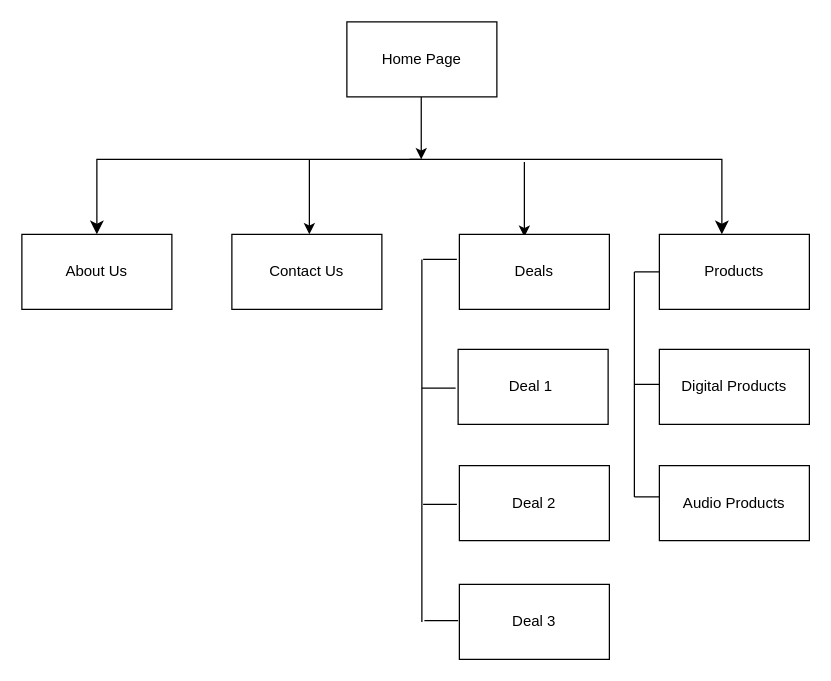
Above: sitemap01.drawio in ElingO/test (draw.io), before the change. Source tidied: cells renumbered, new cells numbered last; positions are measured from the earlier drawing's top-left corner, leaving out a move shared by most shapes. Both pictures are drawn from the tidied source at 125%, with x=0, y=0 at pixel (21, 21).
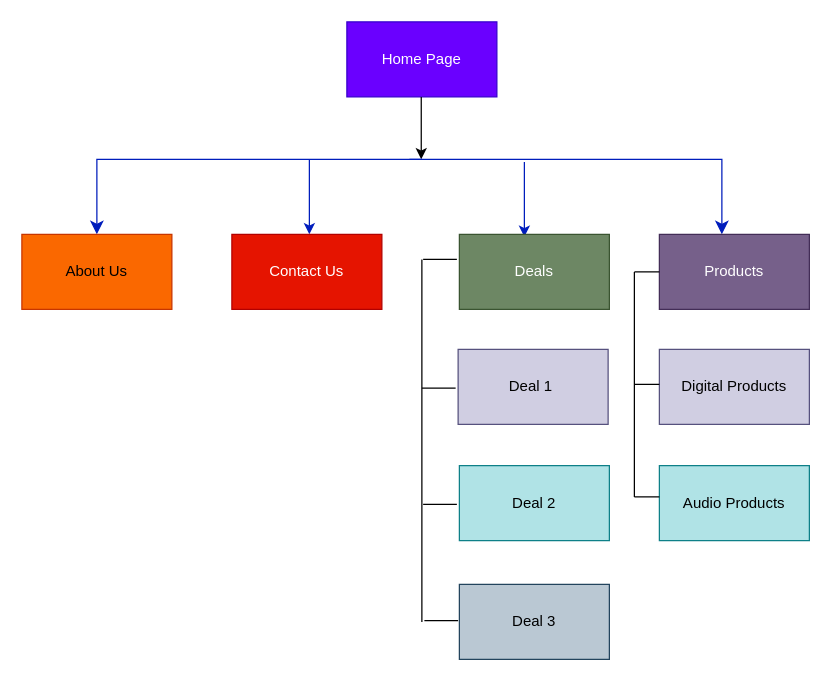
The same page after the edit.

Change to the diagram source:
```diff
@@
-    <mxCell id="2" value="Home Page" style="rounded=0;whiteSpace=wrap;html=1;" parent="1" vertex="1">
+    <mxCell id="2" value="Home Page" style="rounded=0;whiteSpace=wrap;html=1;fillColor=#6a00ff;fontColor=#ffffff;strokeColor=#3700CC;" parent="1" vertex="1">
       <mxGeometry x="260" width="120" height="60" as="geometry" />
     </mxCell>
@@
-    <mxCell id="4" style="edgeStyle=segmentEdgeStyle;endArrow=classic;html=1;curved=0;rounded=0;endSize=8;startSize=8;" parent="1" edge="1">
+    <mxCell id="4" style="edgeStyle=segmentEdgeStyle;endArrow=classic;html=1;curved=0;rounded=0;endSize=8;startSize=8;fillColor=#0050ef;strokeColor=#001DBC;" parent="1" edge="1">
       <mxGeometry relative="1" as="geometry">
         <mxPoint x="320" y="110" as="sourcePoint" />
         <mxPoint x="60" y="170" as="targetPoint" />
         <Array as="points">
           <mxPoint x="60" y="110" />
           <mxPoint x="60" y="160" />
         </Array>
       </mxGeometry>
     </mxCell>
-    <mxCell id="5" style="edgeStyle=segmentEdgeStyle;endArrow=classic;html=1;curved=0;rounded=0;endSize=8;startSize=8;" parent="1" edge="1">
+    <mxCell id="5" style="edgeStyle=segmentEdgeStyle;endArrow=classic;html=1;curved=0;rounded=0;endSize=8;startSize=8;fillColor=#0050ef;strokeColor=#001DBC;" parent="1" edge="1">
       <mxGeometry relative="1" as="geometry">
         <mxPoint x="310" y="110" as="sourcePoint" />
         <mxPoint x="560" y="170" as="targetPoint" />
       </mxGeometry>
     </mxCell>
-    <mxCell id="6" style="endArrow=classic;html=1;rounded=0;" parent="1" edge="1">
+    <mxCell id="6" style="endArrow=classic;html=1;rounded=0;fillColor=#0050ef;strokeColor=#001DBC;" parent="1" edge="1">
       <mxGeometry relative="1" as="geometry">
         <mxPoint x="230" y="110" as="sourcePoint" />
         <mxPoint x="230" y="170" as="targetPoint" />
       </mxGeometry>
     </mxCell>
-    <mxCell id="7" style="endArrow=classic;html=1;rounded=0;" parent="1" edge="1">
+    <mxCell id="7" style="endArrow=classic;html=1;rounded=0;fillColor=#0050ef;strokeColor=#001DBC;" parent="1" edge="1">
       <mxGeometry relative="1" as="geometry">
         <mxPoint x="402" y="112" as="sourcePoint" />
         <mxPoint x="402" y="172" as="targetPoint" />
       </mxGeometry>
     </mxCell>
-    <mxCell id="8" value="About Us" style="rounded=0;whiteSpace=wrap;html=1;" parent="1" vertex="1">
+    <mxCell id="8" value="About Us" style="rounded=0;whiteSpace=wrap;html=1;fillColor=#fa6800;fontColor=#000000;strokeColor=#C73500;" parent="1" vertex="1">
       <mxGeometry y="170" width="120" height="60" as="geometry" />
     </mxCell>
-    <mxCell id="9" value="Contact Us" style="rounded=0;whiteSpace=wrap;html=1;" parent="1" vertex="1">
+    <mxCell id="9" value="Contact Us" style="rounded=0;whiteSpace=wrap;html=1;fillColor=#e51400;fontColor=#ffffff;strokeColor=#B20000;" parent="1" vertex="1">
       <mxGeometry x="168" y="170" width="120" height="60" as="geometry" />
     </mxCell>
-    <mxCell id="10" value="Deals" style="rounded=0;whiteSpace=wrap;html=1;" parent="1" vertex="1">
+    <mxCell id="10" value="Deals" style="rounded=0;whiteSpace=wrap;html=1;fillColor=#6d8764;fontColor=#ffffff;strokeColor=#3A5431;" parent="1" vertex="1">
       <mxGeometry x="350" y="170" width="120" height="60" as="geometry" />
     </mxCell>
-    <mxCell id="11" value="Deal 1&amp;nbsp;" style="rounded=0;whiteSpace=wrap;html=1;" parent="1" vertex="1">
+    <mxCell id="11" value="Deal 1&amp;nbsp;" style="rounded=0;whiteSpace=wrap;html=1;fillColor=#d0cee2;strokeColor=#56517e;" parent="1" vertex="1">
       <mxGeometry x="349" y="262" width="120" height="60" as="geometry" />
     </mxCell>
-    <mxCell id="12" value="Deal 2" style="rounded=0;whiteSpace=wrap;html=1;" parent="1" vertex="1">
+    <mxCell id="12" value="Deal 2" style="rounded=0;whiteSpace=wrap;html=1;fillColor=#b0e3e6;strokeColor=#0e8088;" parent="1" vertex="1">
       <mxGeometry x="350" y="355" width="120" height="60" as="geometry" />
     </mxCell>
-    <mxCell id="13" value="Deal 3" style="rounded=0;whiteSpace=wrap;html=1;" parent="1" vertex="1">
+    <mxCell id="13" value="Deal 3" style="rounded=0;whiteSpace=wrap;html=1;fillColor=#bac8d3;strokeColor=#23445d;" parent="1" vertex="1">
       <mxGeometry x="350" y="450" width="120" height="60" as="geometry" />
     </mxCell>
@@
-    <mxCell id="19" value="Products" style="rounded=0;whiteSpace=wrap;html=1;" parent="1" vertex="1">
+    <mxCell id="19" value="Products" style="rounded=0;whiteSpace=wrap;html=1;fillColor=#76608a;fontColor=#ffffff;strokeColor=#432D57;" parent="1" vertex="1">
       <mxGeometry x="510" y="170" width="120" height="60" as="geometry" />
     </mxCell>
-    <mxCell id="20" value="Digital Products" style="rounded=0;whiteSpace=wrap;html=1;" parent="1" vertex="1">
+    <mxCell id="20" value="Digital Products" style="rounded=0;whiteSpace=wrap;html=1;fillColor=#d0cee2;strokeColor=#56517e;" parent="1" vertex="1">
       <mxGeometry x="510" y="262" width="120" height="60" as="geometry" />
     </mxCell>
-    <mxCell id="21" value="Audio Products" style="rounded=0;whiteSpace=wrap;html=1;" parent="1" vertex="1">
+    <mxCell id="21" value="Audio Products" style="rounded=0;whiteSpace=wrap;html=1;fillColor=#b0e3e6;strokeColor=#0e8088;" parent="1" vertex="1">
       <mxGeometry x="510" y="355" width="120" height="60" as="geometry" />
     </mxCell>
```
